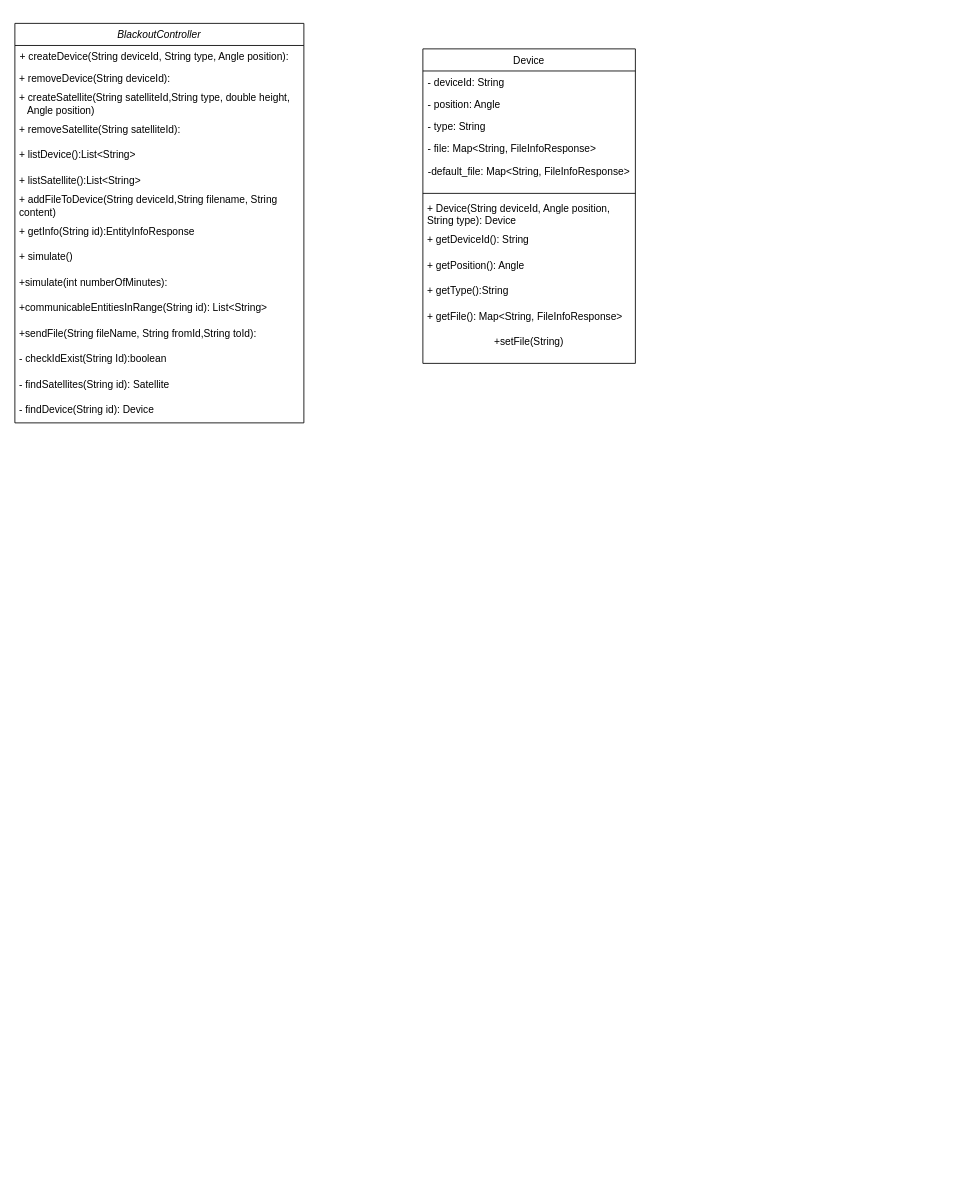
The draw.io diagram Untitled Diagram.drawio in BegSimonIner/comp2511, before the edit. Source tidied: cells renumbered, new cells numbered last; positions are measured from the earlier drawing's top-left corner, leaving out a move shared by most shapes. Both pictures are drawn from the tidied source at 85%, with x=0, y=0 at pixel (14, 23).
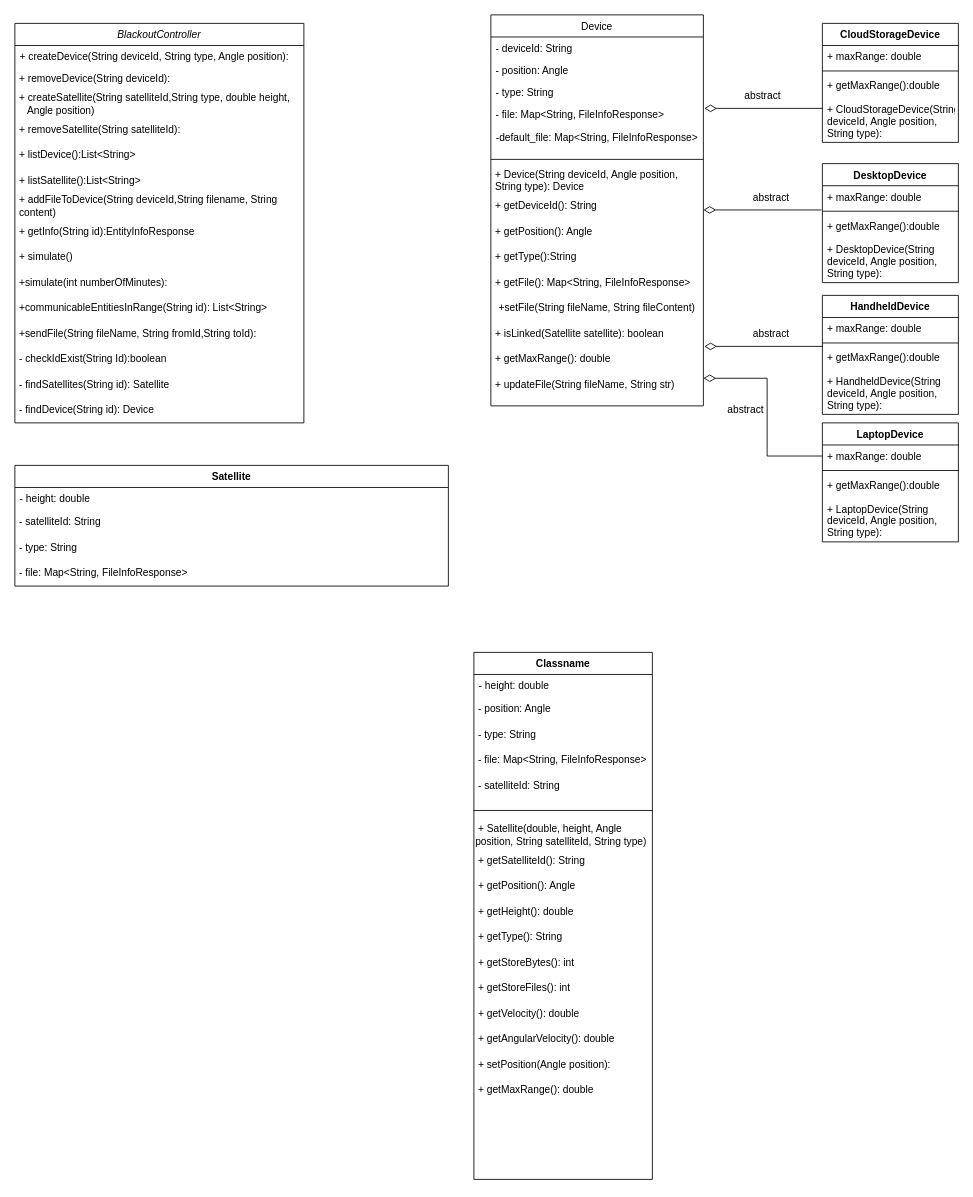
The same diagram, later.

The change refers to these unchanged cells:
```xml
<mxCell id="22" value="- file: Map&lt;String, FileInfoResponse&gt;" style="text;align=left;verticalAlign=top;spacingLeft=4;spacingRight=4;overflow=hidden;points=[[0,0.5],[1,0.5]];portConstraint=eastwest;rounded=0;shadow=0;html=0;" parent="18" vertex="1">
  <mxGeometry y="104" width="250" height="26" as="geometry" />
</mxCell>
```

Diff of the diagram source:
```diff
@@
     <mxCell id="18" value="Device" style="swimlane;fontStyle=0;align=center;verticalAlign=top;horizontal=1;startSize=26;rounded=0;shadow=0;strokeWidth=1;" parent="1" vertex="1">
-      <mxGeometry x="480" y="30" width="250" height="370" as="geometry" />
+      <mxGeometry x="560" y="-10" width="250" height="460" as="geometry" />
     </mxCell>
@@
-    <mxCell id="30" value="+setFile(String)" style="text;html=1;strokeColor=none;fillColor=none;align=center;verticalAlign=middle;whiteSpace=wrap;rounded=0;" parent="18" vertex="1">
+    <mxCell id="30" value="+setFile(String fileName, String fileContent)" style="text;html=1;strokeColor=none;fillColor=none;align=center;verticalAlign=middle;whiteSpace=wrap;rounded=0;" parent="18" vertex="1">
       <mxGeometry y="330" width="250" height="30" as="geometry" />
     </mxCell>
+    <mxCell id="31" value="&amp;nbsp;+ isLinked(Satellite satellite): boolean" style="text;html=1;strokeColor=none;fillColor=none;align=left;verticalAlign=middle;whiteSpace=wrap;rounded=0;" parent="18" vertex="1">
+      <mxGeometry y="360" width="250" height="30" as="geometry" />
+    </mxCell>
+    <mxCell id="32" value="&amp;nbsp;+ getMaxRange(): double" style="text;html=1;strokeColor=none;fillColor=none;align=left;verticalAlign=middle;whiteSpace=wrap;rounded=0;" parent="18" vertex="1">
+      <mxGeometry y="390" width="250" height="30" as="geometry" />
+    </mxCell>
+    <mxCell id="33" value="&amp;nbsp;+ updateFile(String fileName, String str)" style="text;html=1;strokeColor=none;fillColor=none;align=left;verticalAlign=middle;whiteSpace=wrap;rounded=0;" parent="18" vertex="1">
+      <mxGeometry y="420" width="250" height="30" as="geometry" />
+    </mxCell>
+    <mxCell id="34" value="CloudStorageDevice" style="swimlane;fontStyle=1;align=center;verticalAlign=top;horizontal=1;startSize=26;" parent="1" vertex="1">
+      <mxGeometry x="950" width="160" height="140" as="geometry" />
+    </mxCell>
+    <mxCell id="35" value="+ maxRange: double" style="text;strokeColor=none;fillColor=none;align=left;verticalAlign=top;spacingLeft=4;spacingRight=4;overflow=hidden;" parent="34" vertex="1">
+      <mxGeometry y="26" width="160" height="26" as="geometry" />
+    </mxCell>
+    <mxCell id="36" style="line;strokeWidth=1;fillColor=none;align=left;verticalAlign=middle;spacingTop=-1;spacingLeft=3;spacingRight=3;labelPosition=right;" parent="34" vertex="1">
+      <mxGeometry y="52" width="160" height="8" as="geometry" />
+    </mxCell>
+    <mxCell id="37" value="+ getMaxRange():double&#10;&#10;+ CloudStorageDevice(String &#10;deviceId, Angle position, &#10;String type): " style="text;strokeColor=none;fillColor=none;align=left;verticalAlign=top;spacingLeft=4;spacingRight=4;overflow=hidden;points=[[0,0.5],[1,0.5]];portConstraint=eastwest;" parent="34" vertex="1">
+      <mxGeometry y="60" width="160" height="80" as="geometry" />
+    </mxCell>
+    <mxCell id="38" value="DesktopDevice" style="swimlane;fontStyle=1;align=center;verticalAlign=top;horizontal=1;startSize=26;" parent="1" vertex="1">
+      <mxGeometry x="950" y="165" width="160" height="140" as="geometry" />
+    </mxCell>
+    <mxCell id="39" value="+ maxRange: double" style="text;strokeColor=none;fillColor=none;align=left;verticalAlign=top;spacingLeft=4;spacingRight=4;overflow=hidden;" parent="38" vertex="1">
+      <mxGeometry y="26" width="160" height="26" as="geometry" />
+    </mxCell>
+    <mxCell id="40" style="line;strokeWidth=1;fillColor=none;align=left;verticalAlign=middle;spacingTop=-1;spacingLeft=3;spacingRight=3;labelPosition=right;" parent="38" vertex="1">
+      <mxGeometry y="52" width="160" height="8" as="geometry" />
+    </mxCell>
+    <mxCell id="41" value="+ getMaxRange():double&#10;&#10;+ DesktopDevice(String &#10;deviceId, Angle position, &#10;String type): " style="text;strokeColor=none;fillColor=none;align=left;verticalAlign=top;spacingLeft=4;spacingRight=4;overflow=hidden;" parent="38" vertex="1">
+      <mxGeometry y="60" width="160" height="80" as="geometry" />
+    </mxCell>
+    <mxCell id="42" value="HandheldDevice" style="swimlane;fontStyle=1;align=center;verticalAlign=top;horizontal=1;startSize=26;" parent="1" vertex="1">
+      <mxGeometry x="950" y="320" width="160" height="140" as="geometry" />
+    </mxCell>
+    <mxCell id="43" value="+ maxRange: double" style="text;strokeColor=none;fillColor=none;align=left;verticalAlign=top;spacingLeft=4;spacingRight=4;overflow=hidden;" parent="42" vertex="1">
+      <mxGeometry y="26" width="160" height="26" as="geometry" />
+    </mxCell>
+    <mxCell id="44" style="line;strokeWidth=1;fillColor=none;align=left;verticalAlign=middle;spacingTop=-1;spacingLeft=3;spacingRight=3;labelPosition=right;" parent="42" vertex="1">
+      <mxGeometry y="52" width="160" height="8" as="geometry" />
+    </mxCell>
+    <mxCell id="45" value="+ getMaxRange():double&#10;&#10;+ HandheldDevice(String &#10;deviceId, Angle position, &#10;String type): " style="text;strokeColor=none;fillColor=none;align=left;verticalAlign=top;spacingLeft=4;spacingRight=4;overflow=hidden;" parent="42" vertex="1">
+      <mxGeometry y="60" width="160" height="80" as="geometry" />
+    </mxCell>
+    <mxCell id="46" value="LaptopDevice" style="swimlane;fontStyle=1;align=center;verticalAlign=top;horizontal=1;startSize=26;" parent="1" vertex="1">
+      <mxGeometry x="950" y="470" width="160" height="140" as="geometry" />
+    </mxCell>
+    <mxCell id="47" value="+ maxRange: double" style="text;strokeColor=none;fillColor=none;align=left;verticalAlign=top;spacingLeft=4;spacingRight=4;overflow=hidden;points=[[0,0.5],[1,0.5]];portConstraint=eastwest;" parent="46" vertex="1">
+      <mxGeometry y="26" width="160" height="26" as="geometry" />
+    </mxCell>
+    <mxCell id="48" style="line;strokeWidth=1;fillColor=none;align=left;verticalAlign=middle;spacingTop=-1;spacingLeft=3;spacingRight=3;labelPosition=right;" parent="46" vertex="1">
+      <mxGeometry y="52" width="160" height="8" as="geometry" />
+    </mxCell>
+    <mxCell id="49" value="+ getMaxRange():double&#10;&#10;+ LaptopDevice(String &#10;deviceId, Angle position, &#10;String type): " style="text;strokeColor=none;fillColor=none;align=left;verticalAlign=top;spacingLeft=4;spacingRight=4;overflow=hidden;" parent="46" vertex="1">
+      <mxGeometry y="60" width="160" height="80" as="geometry" />
+    </mxCell>
+    <mxCell id="50" style="edgeStyle=orthogonalEdgeStyle;rounded=0;jettySize=auto;html=1;exitX=0;exitY=0.5;exitDx=0;exitDy=0;entryX=1.004;entryY=0.231;entryDx=0;entryDy=0;entryPerimeter=0;endArrow=diamondThin;endFill=0;strokeWidth=1;endSize=12;" parent="1" edge="1" source="37" target="22">
+      <mxGeometry relative="1" as="geometry" />
+    </mxCell>
+    <mxCell id="51" style="edgeStyle=orthogonalEdgeStyle;rounded=0;orthogonalLoop=1;jettySize=auto;html=1;exitX=0;exitY=0.5;exitDx=0;exitDy=0;entryX=1.004;entryY=0.231;entryDx=0;entryDy=0;entryPerimeter=0;endArrow=diamondThin;endFill=0;strokeWidth=1;endSize=12;" parent="1" edge="1">
+      <mxGeometry relative="1" as="geometry">
+        <mxPoint x="949" y="219.5" as="sourcePoint" />
+        <mxPoint x="810" y="219.5" as="targetPoint" />
+      </mxGeometry>
+    </mxCell>
+    <mxCell id="52" style="edgeStyle=orthogonalEdgeStyle;rounded=0;orthogonalLoop=1;jettySize=auto;html=1;exitX=0;exitY=0.5;exitDx=0;exitDy=0;entryX=1.004;entryY=0.231;entryDx=0;entryDy=0;entryPerimeter=0;endArrow=diamondThin;endFill=0;strokeWidth=1;endSize=12;" parent="1" edge="1">
+      <mxGeometry relative="1" as="geometry">
+        <mxPoint x="950" y="380" as="sourcePoint" />
+        <mxPoint x="811" y="380" as="targetPoint" />
+      </mxGeometry>
+    </mxCell>
+    <mxCell id="53" style="edgeStyle=orthogonalEdgeStyle;rounded=0;jettySize=auto;html=1;exitX=0;exitY=0.5;exitDx=0;exitDy=0;entryX=1;entryY=0.25;entryDx=0;entryDy=0;endArrow=diamondThin;endFill=0;endSize=12;strokeWidth=1;" parent="1" edge="1" source="47" target="33">
+      <mxGeometry relative="1" as="geometry" />
+    </mxCell>
+    <mxCell id="54" value="abstract" style="text;html=1;strokeColor=none;fillColor=none;align=center;verticalAlign=middle;whiteSpace=wrap;rounded=0;" parent="1" vertex="1">
+      <mxGeometry x="850" y="70" width="60" height="30" as="geometry" />
+    </mxCell>
+    <mxCell id="55" value="abstract" style="text;html=1;strokeColor=none;fillColor=none;align=center;verticalAlign=middle;whiteSpace=wrap;rounded=0;" parent="1" vertex="1">
+      <mxGeometry x="860" y="190" width="60" height="30" as="geometry" />
+    </mxCell>
+    <mxCell id="56" value="abstract" style="text;html=1;strokeColor=none;fillColor=none;align=center;verticalAlign=middle;whiteSpace=wrap;rounded=0;" parent="1" vertex="1">
+      <mxGeometry x="860" y="350" width="60" height="30" as="geometry" />
+    </mxCell>
+    <mxCell id="57" value="abstract" style="text;html=1;strokeColor=none;fillColor=none;align=center;verticalAlign=middle;whiteSpace=wrap;rounded=0;" parent="1" vertex="1">
+      <mxGeometry x="830" y="440" width="60" height="30" as="geometry" />
+    </mxCell>
+    <mxCell id="58" value="Satellite" style="swimlane;fontStyle=1;align=center;verticalAlign=top;horizontal=1;startSize=26;" parent="1" vertex="1">
+      <mxGeometry y="520" width="510" height="142" as="geometry" />
+    </mxCell>
+    <mxCell id="59" value="- height: double" style="text;strokeColor=none;fillColor=none;align=left;verticalAlign=top;spacingLeft=4;spacingRight=4;overflow=hidden;" parent="58" vertex="1">
+      <mxGeometry y="26" width="510" height="26" as="geometry" />
+    </mxCell>
+    <mxCell id="60" value="&amp;nbsp;- satelliteId: String" style="text;html=1;strokeColor=none;fillColor=none;align=left;verticalAlign=middle;whiteSpace=wrap;rounded=0;" parent="58" vertex="1">
+      <mxGeometry y="52" width="510" height="30" as="geometry" />
+    </mxCell>
+    <mxCell id="61" value="&amp;nbsp;- type: String" style="text;html=1;strokeColor=none;fillColor=none;align=left;verticalAlign=middle;whiteSpace=wrap;rounded=0;" parent="58" vertex="1">
+      <mxGeometry y="82" width="510" height="30" as="geometry" />
+    </mxCell>
+    <mxCell id="62" value="&amp;nbsp;- file: Map&amp;lt;String, FileInfoResponse&amp;gt;" style="text;html=1;strokeColor=none;fillColor=none;align=left;verticalAlign=middle;whiteSpace=wrap;rounded=0;" parent="58" vertex="1">
+      <mxGeometry y="112" width="510" height="30" as="geometry" />
+    </mxCell>
+    <mxCell id="63" value="Classname" style="swimlane;fontStyle=1;align=center;verticalAlign=top;horizontal=1;startSize=26;" parent="1" vertex="1">
+      <mxGeometry x="540" y="740" width="210" height="620" as="geometry" />
+    </mxCell>
+    <mxCell id="64" value="- height: double" style="text;strokeColor=none;fillColor=none;align=left;verticalAlign=top;spacingLeft=4;spacingRight=4;overflow=hidden;" parent="63" vertex="1">
+      <mxGeometry y="26" width="210" height="26" as="geometry" />
+    </mxCell>
+    <mxCell id="65" value="&amp;nbsp;- position: Angle" style="text;html=1;strokeColor=none;fillColor=none;align=left;verticalAlign=middle;whiteSpace=wrap;rounded=0;" parent="63" vertex="1">
+      <mxGeometry y="52" width="210" height="30" as="geometry" />
+    </mxCell>
+    <mxCell id="66" value="&amp;nbsp;- type: String" style="text;html=1;strokeColor=none;fillColor=none;align=left;verticalAlign=middle;whiteSpace=wrap;rounded=0;" parent="63" vertex="1">
+      <mxGeometry y="82" width="210" height="30" as="geometry" />
+    </mxCell>
+    <mxCell id="67" value="&amp;nbsp;- file: Map&amp;lt;String, FileInfoResponse&amp;gt;" style="text;html=1;strokeColor=none;fillColor=none;align=left;verticalAlign=middle;whiteSpace=wrap;rounded=0;" parent="63" vertex="1">
+      <mxGeometry y="112" width="210" height="30" as="geometry" />
+    </mxCell>
+    <mxCell id="68" value="&amp;nbsp;- satelliteId: String" style="text;html=1;strokeColor=none;fillColor=none;align=left;verticalAlign=middle;whiteSpace=wrap;rounded=0;" parent="63" vertex="1">
+      <mxGeometry y="142" width="210" height="30" as="geometry" />
+    </mxCell>
+    <mxCell id="69" style="line;strokeWidth=1;fillColor=none;align=left;verticalAlign=middle;spacingTop=-1;spacingLeft=3;spacingRight=3;labelPosition=right;" parent="63" vertex="1">
+      <mxGeometry y="172" width="210" height="28" as="geometry" />
+    </mxCell>
+    <mxCell id="70" value="&amp;nbsp;+ Satellite(double, height, Angle position, String satelliteId, String type)" style="text;html=1;strokeColor=none;fillColor=none;align=left;verticalAlign=middle;whiteSpace=wrap;rounded=0;" parent="63" vertex="1">
+      <mxGeometry y="200" width="210" height="30" as="geometry" />
+    </mxCell>
+    <mxCell id="71" value="&amp;nbsp;+ getSatelliteId(): String" style="text;html=1;strokeColor=none;fillColor=none;align=left;verticalAlign=middle;whiteSpace=wrap;rounded=0;" parent="63" vertex="1">
+      <mxGeometry y="230" width="210" height="30" as="geometry" />
+    </mxCell>
+    <mxCell id="72" value="&amp;nbsp;+ getPosition(): Angle" style="text;html=1;strokeColor=none;fillColor=none;align=left;verticalAlign=middle;whiteSpace=wrap;rounded=0;" parent="63" vertex="1">
+      <mxGeometry y="260" width="210" height="30" as="geometry" />
+    </mxCell>
+    <mxCell id="73" value="&amp;nbsp;+ getHeight(): double" style="text;html=1;strokeColor=none;fillColor=none;align=left;verticalAlign=middle;whiteSpace=wrap;rounded=0;" parent="63" vertex="1">
+      <mxGeometry y="290" width="210" height="30" as="geometry" />
+    </mxCell>
+    <mxCell id="74" value="&amp;nbsp;+ getType(): String" style="text;html=1;strokeColor=none;fillColor=none;align=left;verticalAlign=middle;whiteSpace=wrap;rounded=0;" parent="63" vertex="1">
+      <mxGeometry y="320" width="210" height="30" as="geometry" />
+    </mxCell>
+    <mxCell id="75" value="&amp;nbsp;+ getStoreBytes(): int" style="text;html=1;strokeColor=none;fillColor=none;align=left;verticalAlign=middle;whiteSpace=wrap;rounded=0;" parent="63" vertex="1">
+      <mxGeometry y="350" width="210" height="30" as="geometry" />
+    </mxCell>
+    <mxCell id="76" value="&amp;nbsp;+ getStoreFiles(): int" style="text;html=1;strokeColor=none;fillColor=none;align=left;verticalAlign=middle;whiteSpace=wrap;rounded=0;" parent="63" vertex="1">
+      <mxGeometry y="380" width="210" height="30" as="geometry" />
+    </mxCell>
+    <mxCell id="77" value="&amp;nbsp;+ getVelocity(): double" style="text;html=1;strokeColor=none;fillColor=none;align=left;verticalAlign=middle;whiteSpace=wrap;rounded=0;" parent="63" vertex="1">
+      <mxGeometry y="410" width="210" height="30" as="geometry" />
+    </mxCell>
+    <mxCell id="78" value="&amp;nbsp;+ getAngularVelocity(): double" style="text;html=1;strokeColor=none;fillColor=none;align=left;verticalAlign=middle;whiteSpace=wrap;rounded=0;" parent="63" vertex="1">
+      <mxGeometry y="440" width="210" height="30" as="geometry" />
+    </mxCell>
+    <mxCell id="79" value="&amp;nbsp;+ setPosition(Angle position):" style="text;html=1;strokeColor=none;fillColor=none;align=left;verticalAlign=middle;whiteSpace=wrap;rounded=0;" parent="63" vertex="1">
+      <mxGeometry y="470" width="210" height="30" as="geometry" />
+    </mxCell>
+    <mxCell id="80" value="&amp;nbsp;+ getMaxRange(): double" style="text;html=1;strokeColor=none;fillColor=none;align=left;verticalAlign=middle;whiteSpace=wrap;rounded=0;" parent="63" vertex="1">
+      <mxGeometry y="500" width="210" height="30" as="geometry" />
+    </mxCell>
+    <mxCell id="81" value="&#10;&#10;&#10;" style="text;strokeColor=none;fillColor=none;align=left;verticalAlign=top;spacingLeft=4;spacingRight=4;overflow=hidden;" parent="63" vertex="1">
+      <mxGeometry y="530" width="210" height="90" as="geometry" />
+    </mxCell>
```
